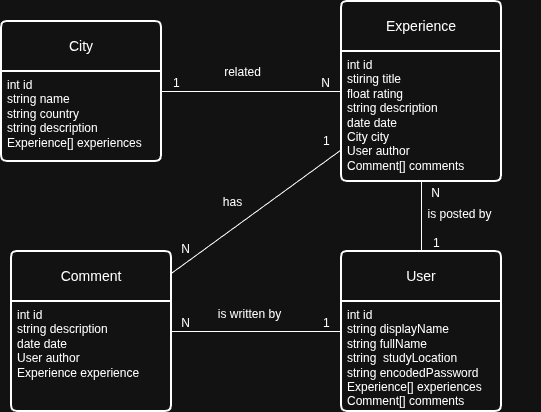
Above: docs/diagrams/database_diagram.png in codeurjc-students/2026-MyErasmusJourney (draw.io), before the change. Source tidied: cells renumbered, new cells last; positions are measured from the earlier drawing's top-left corner, leaving out a move shared by most shapes.
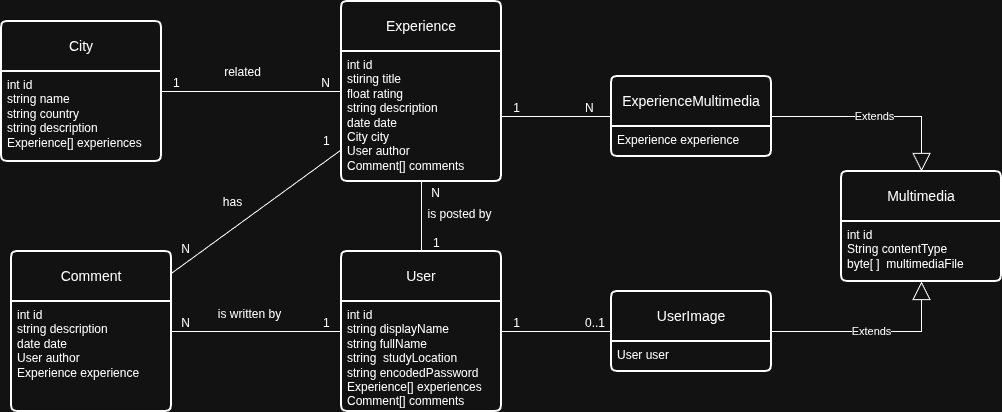
The same diagram one commit later.

Commit message:
updating database diagram

What changed in the source:
```diff
@@ -96,5 +96,59 @@
         <mxPoint x="-83" y="92" as="offset" />
       </mxGeometry>
     </mxCell>
+    <mxCell id="26" value="UserImage" style="swimlane;horizontal=1;startSize=50;rounded=1;fontSize=14;fontStyle=0;strokeWidth=2;shadow=0;dashed=0;align=center;arcSize=4;whiteSpace=wrap;html=1;" parent="1" vertex="1">
+      <mxGeometry x="610" y="290" width="160" height="80" as="geometry" />
+    </mxCell>
+    <mxCell id="27" value="&lt;div&gt;User user&lt;/div&gt;" style="align=left;strokeColor=none;fillColor=none;spacingLeft=4;spacingRight=4;fontSize=12;verticalAlign=top;html=1;whiteSpace=wrap;" parent="26" vertex="1">
+      <mxGeometry y="50" width="160" height="30" as="geometry" />
+    </mxCell>
+    <mxCell id="28" style="endArrow=none;html=1;rounded=0;" parent="1" edge="1" source="26" target="8">
+      <mxGeometry relative="1" as="geometry" />
+    </mxCell>
+    <mxCell id="29" value="0..1" style="html=1;whiteSpace=wrap;align=left;verticalAlign=bottom;" parent="28" vertex="1">
+      <mxGeometry x="-1" relative="1" as="geometry">
+        <mxPoint x="-28" as="offset" />
+      </mxGeometry>
+    </mxCell>
+    <mxCell id="30" value="1" style="html=1;whiteSpace=wrap;align=right;verticalAlign=bottom;" parent="28" vertex="1">
+      <mxGeometry x="1" relative="1" as="geometry">
+        <mxPoint x="20" as="offset" />
+      </mxGeometry>
+    </mxCell>
+    <mxCell id="31" value="ExperienceMultimedia" style="swimlane;horizontal=1;startSize=50;rounded=1;fontSize=14;fontStyle=0;strokeWidth=2;shadow=0;dashed=0;align=center;arcSize=4;whiteSpace=wrap;html=1;" parent="1" vertex="1">
+      <mxGeometry x="610" y="75" width="160" height="80" as="geometry" />
+    </mxCell>
+    <mxCell id="32" value="&lt;div&gt;Experience experience&lt;/div&gt;" style="align=left;strokeColor=none;fillColor=none;spacingLeft=4;spacingRight=4;fontSize=12;verticalAlign=top;html=1;whiteSpace=wrap;" parent="31" vertex="1">
+      <mxGeometry y="50" width="160" height="30" as="geometry" />
+    </mxCell>
+    <mxCell id="33" style="endArrow=none;html=1;rounded=0;" parent="1" edge="1" source="31" target="5">
+      <mxGeometry relative="1" as="geometry" />
+    </mxCell>
+    <mxCell id="34" value="N" style="html=1;whiteSpace=wrap;align=left;verticalAlign=bottom;" parent="33" vertex="1">
+      <mxGeometry x="-1" relative="1" as="geometry">
+        <mxPoint x="-28" as="offset" />
+      </mxGeometry>
+    </mxCell>
+    <mxCell id="35" value="1" style="html=1;whiteSpace=wrap;align=right;verticalAlign=bottom;" parent="33" vertex="1">
+      <mxGeometry x="1" relative="1" as="geometry">
+        <mxPoint x="20" as="offset" />
+      </mxGeometry>
+    </mxCell>
+    <mxCell id="36" value="Multimedia" style="swimlane;horizontal=1;startSize=50;rounded=1;fontSize=14;fontStyle=0;strokeWidth=2;shadow=0;dashed=0;align=center;arcSize=4;whiteSpace=wrap;html=1;" parent="1" vertex="1">
+      <mxGeometry x="840" y="170" width="160" height="110" as="geometry" />
+    </mxCell>
+    <mxCell id="37" value="&lt;div&gt;int id&lt;/div&gt;&lt;div&gt;String contentType&lt;/div&gt;&lt;div&gt;byte[ ]&amp;nbsp; multimediaFile&lt;/div&gt;" style="align=left;strokeColor=none;fillColor=none;spacingLeft=4;spacingRight=4;fontSize=12;verticalAlign=top;html=1;whiteSpace=wrap;" parent="36" vertex="1">
+      <mxGeometry y="50" width="160" height="60" as="geometry" />
+    </mxCell>
+    <mxCell id="38" value="Extends" style="endArrow=block;endSize=16;endFill=0;html=1;rounded=0;edgeStyle=orthogonalEdgeStyle;" parent="1" edge="1" source="26" target="36">
+      <mxGeometry relative="1" as="geometry">
+        <Array as="points">
+          <mxPoint x="920" y="330" />
+        </Array>
+      </mxGeometry>
+    </mxCell>
+    <mxCell id="39" value="Extends" style="endArrow=block;endSize=16;endFill=0;html=1;rounded=0;edgeStyle=orthogonalEdgeStyle;" parent="1" edge="1" source="31" target="36">
+      <mxGeometry relative="1" as="geometry" />
+    </mxCell>
   </root>
 </mxGraphModel>
```
